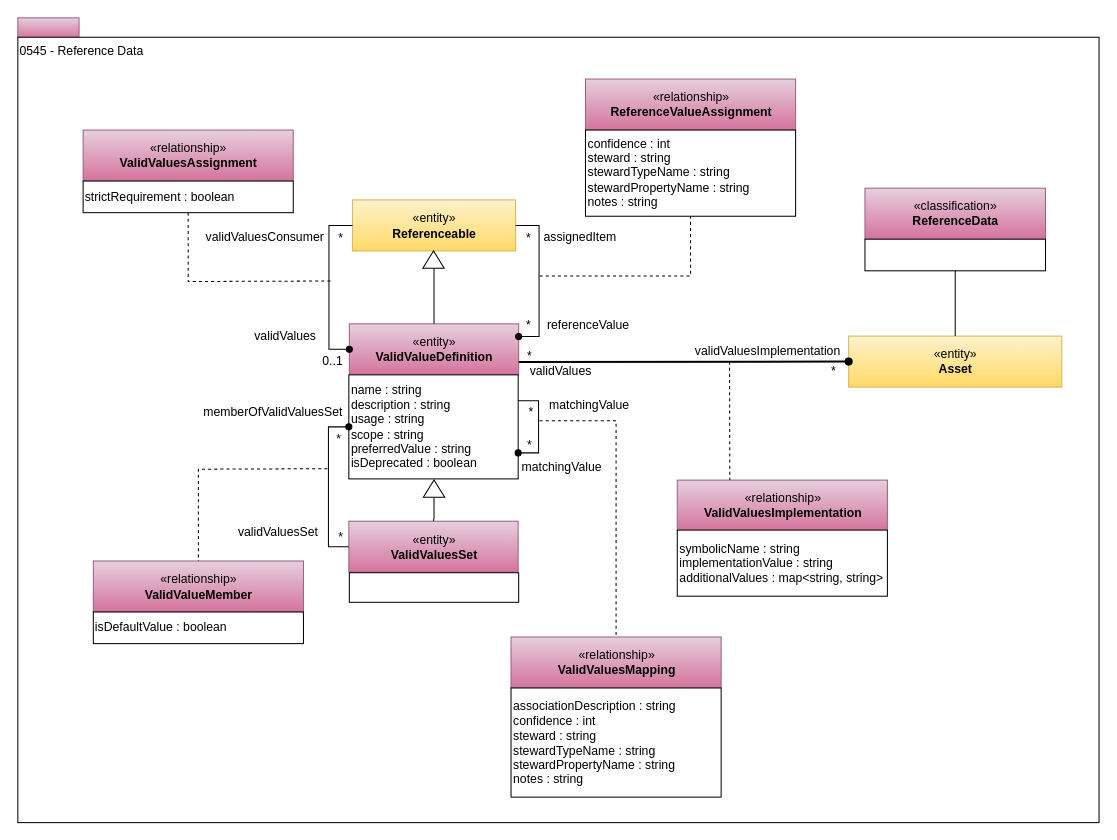
Before: page "0545-Reference-Data" (26 of 34) of site/docs/types/5/area-5-models-and-schema.drawio in odpi/egeria-docs, a draw.io diagram. Source tidied: cells renumbered, new cells numbered last; positions are measured from the earlier drawing's top-left corner, leaving out a move shared by most shapes. Both pictures are drawn from the tidied source at 102%, with x=0, y=0 at pixel (17, 17).
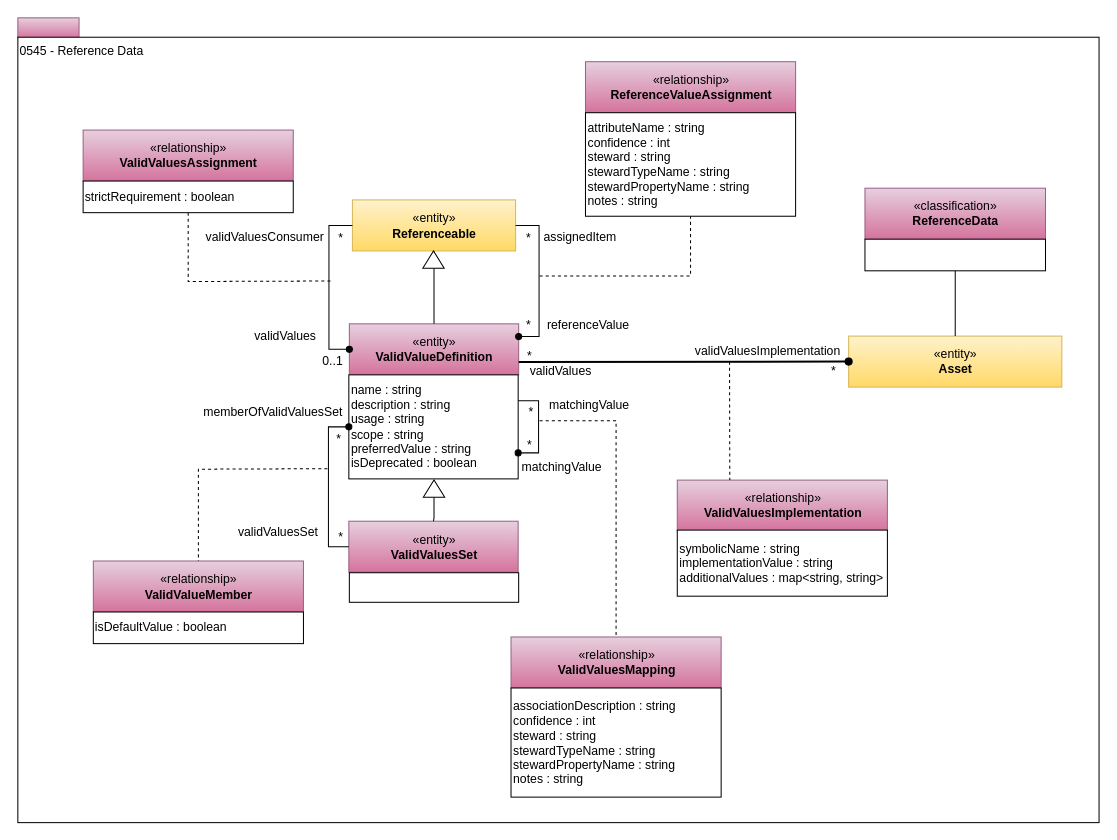
Above is the later version.

Change to the diagram source:
```diff
@@
     <mxCell id="48" value="«relationship»&lt;br&gt;&lt;b&gt;ReferenceValueAssignment&lt;/b&gt;" style="html=1;strokeColor=#996185;align=center;fillColor=#e6d0de;gradientColor=#d5739d;" parent="1" vertex="1">
-      <mxGeometry x="556.5" y="60" width="206" height="50" as="geometry" />
+      <mxGeometry x="556.5" y="43" width="206" height="50" as="geometry" />
     </mxCell>
@@
-    <mxCell id="50" value="&lt;div&gt;confidence : int&lt;br&gt;&lt;/div&gt;&lt;div&gt;steward : string&lt;/div&gt;&lt;div&gt;&lt;div&gt;stewardTypeName : string&lt;/div&gt;&lt;div&gt;stewardPropertyName : string&lt;/div&gt;&lt;/div&gt;&lt;div&gt;notes : string&lt;/div&gt;" style="rounded=0;whiteSpace=wrap;html=1;strokeColor=#000000;gradientColor=#ffffff;align=left;" parent="1" vertex="1">
-      <mxGeometry x="556.5" y="110" width="206" height="84.5" as="geometry" />
+    <mxCell id="50" value="&lt;div&gt;attributeName : string&lt;/div&gt;&lt;div&gt;confidence : int&lt;br&gt;&lt;/div&gt;&lt;div&gt;steward : string&lt;/div&gt;&lt;div&gt;&lt;div&gt;stewardTypeName : string&lt;/div&gt;&lt;div&gt;stewardPropertyName : string&lt;/div&gt;&lt;/div&gt;&lt;div&gt;notes : string&lt;/div&gt;" style="rounded=0;whiteSpace=wrap;html=1;strokeColor=#000000;gradientColor=#ffffff;align=left;" parent="1" vertex="1">
+      <mxGeometry x="556.5" y="93" width="206" height="101.5" as="geometry" />
     </mxCell>
```
